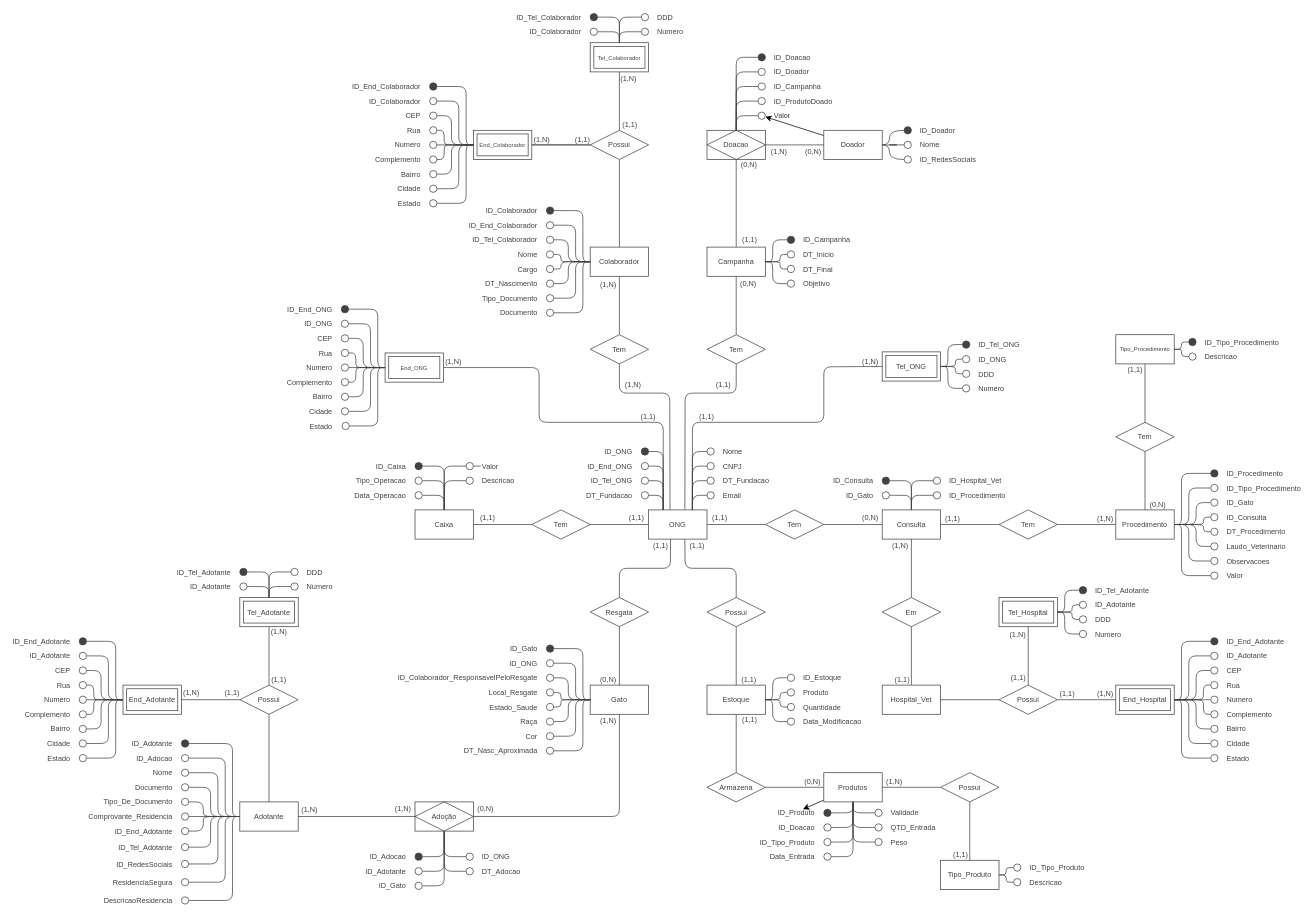
The draw.io diagram docs/modelo-conceitual.drawio in Projeto-ResGatinhos/db-resgatinhos, before the edit. Source tidied: cells renumbered, new cells numbered last; positions are measured from the earlier drawing's top-left corner, leaving out a move shared by most shapes. Both pictures are drawn from the tidied source at 73%, with x=0, y=0 at pixel (28, 13).
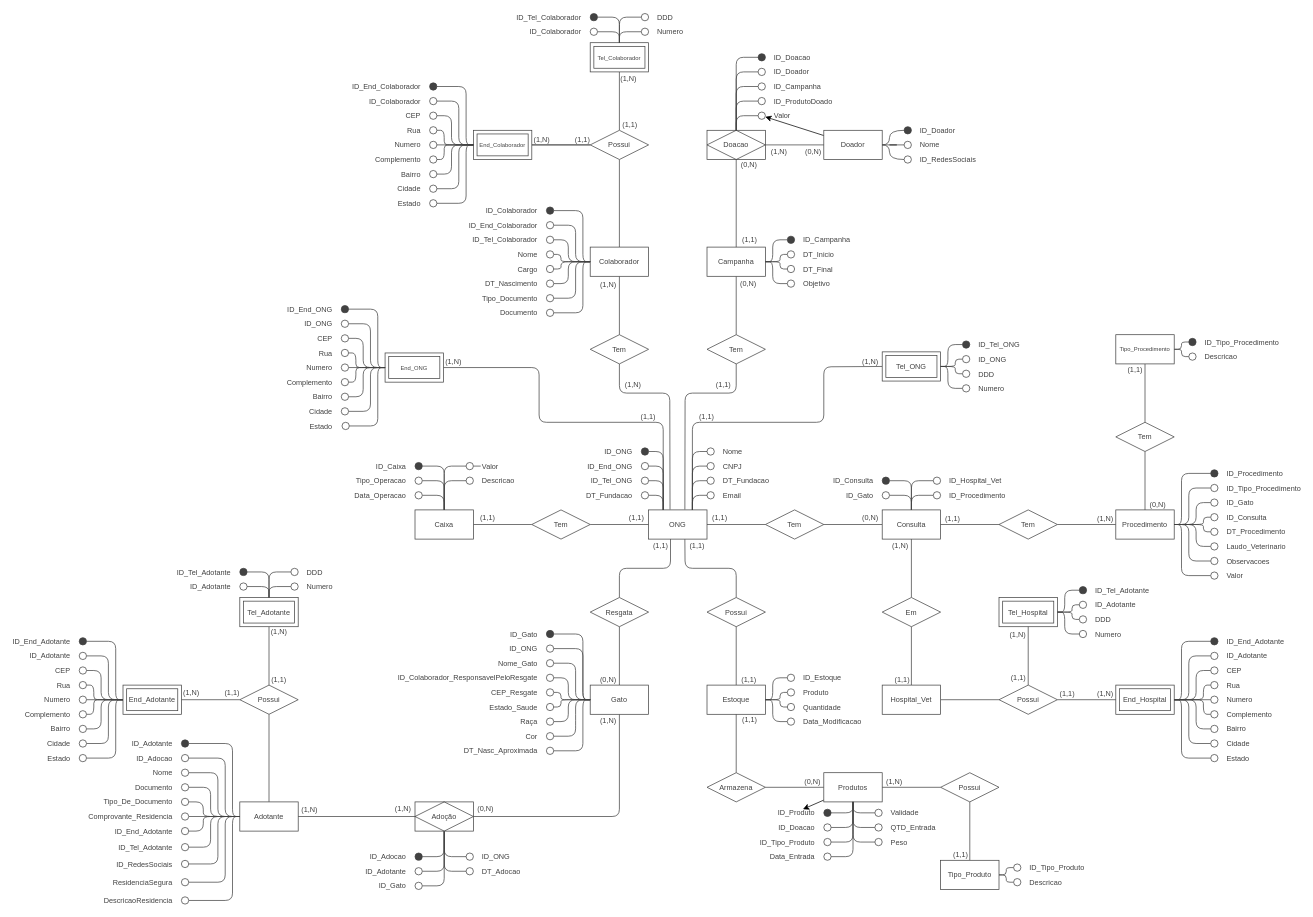
After the change.

Commit message (it also covers changes not shown here):
refactor(db): review of conceitual model attributes

Unchanged cells that the change refers to:
```xml
<mxCell id="11" value="Gato" style="whiteSpace=wrap;html=1;align=center;strokeColor=#424242;fillColor=#FFFFFF;fontColor=#424242;horizontal=1;fontFamily=Helvetica;fontSize=10;" parent="1" vertex="1">
  <mxGeometry x="770" y="920" width="80" height="40" as="geometry" />
</mxCell>
```

What changed in the source:
```diff
@@
-    <mxCell id="62" style="ellipse;whiteSpace=wrap;html=1;strokeColor=#424242;fontFamily=Helvetica;fontSize=10;fontColor=#424242;fillColor=#424242;" parent="1" vertex="1">
+    <mxCell id="62" style="ellipse;whiteSpace=wrap;html=1;strokeColor=#424242;fontFamily=Helvetica;fontSize=10;fontColor=#424242;fillColor=none;" parent="1" vertex="1">
       <mxGeometry x="710" y="865" width="10" height="10" as="geometry" />
     </mxCell>
@@
-    <mxCell id="69" value="Local_Resgate" style="text;html=1;strokeColor=none;fillColor=none;align=right;verticalAlign=middle;whiteSpace=wrap;rounded=0;fontFamily=Helvetica;fontSize=10;fontColor=#424242;" parent="1" vertex="1">
+    <mxCell id="69" value="CEP_Resgate" style="text;html=1;strokeColor=none;fillColor=none;align=right;verticalAlign=middle;whiteSpace=wrap;rounded=0;fontFamily=Helvetica;fontSize=10;fontColor=#424242;" parent="1" vertex="1">
       <mxGeometry x="640" y="925" width="60" height="10" as="geometry" />
     </mxCell>
@@
-    <mxCell id="71" value="ID_ONG" style="text;html=1;strokeColor=none;fillColor=none;align=right;verticalAlign=middle;whiteSpace=wrap;rounded=0;fontFamily=Helvetica;fontSize=10;fontColor=#424242;" parent="1" vertex="1">
+    <mxCell id="71" value="Nome_Gato" style="text;html=1;strokeColor=none;fillColor=none;align=right;verticalAlign=middle;whiteSpace=wrap;rounded=0;fontFamily=Helvetica;fontSize=10;fontColor=#424242;" parent="1" vertex="1">
       <mxGeometry x="640" y="885" width="60" height="10" as="geometry" />
     </mxCell>
-    <mxCell id="72" value="ID_Gato" style="text;html=1;strokeColor=none;fillColor=none;align=right;verticalAlign=middle;whiteSpace=wrap;rounded=0;fontFamily=Helvetica;fontSize=10;fontColor=#424242;" parent="1" vertex="1">
+    <mxCell id="72" value="ID_ONG" style="text;html=1;strokeColor=none;fillColor=none;align=right;verticalAlign=middle;whiteSpace=wrap;rounded=0;fontFamily=Helvetica;fontSize=10;fontColor=#424242;" parent="1" vertex="1">
       <mxGeometry x="640" y="865" width="60" height="10" as="geometry" />
     </mxCell>
@@
+    <mxCell id="536" value="ID_Gato" style="text;html=1;strokeColor=none;fillColor=none;align=right;verticalAlign=middle;whiteSpace=wrap;rounded=0;fontFamily=Helvetica;fontSize=10;fontColor=#424242;" parent="1" vertex="1">
+      <mxGeometry x="640" y="845" width="60" height="10" as="geometry" />
+    </mxCell>
+    <mxCell id="537" style="edgeStyle=none;html=1;exitX=1;exitY=0.5;exitDx=0;exitDy=0;entryX=0;entryY=0.5;entryDx=0;entryDy=0;endArrow=none;endFill=0;strokeColor=#424242;" parent="1" edge="1" source="538" target="11">
+      <mxGeometry relative="1" as="geometry">
+        <Array as="points">
+          <mxPoint x="760" y="850" />
+          <mxPoint x="760" y="940" />
+        </Array>
+      </mxGeometry>
+    </mxCell>
+    <mxCell id="538" style="ellipse;whiteSpace=wrap;html=1;strokeColor=#424242;fontFamily=Helvetica;fontSize=10;fontColor=#424242;fillColor=#424242;" parent="1" vertex="1">
+      <mxGeometry x="710" y="845" width="10" height="10" as="geometry" />
+    </mxCell>
```
